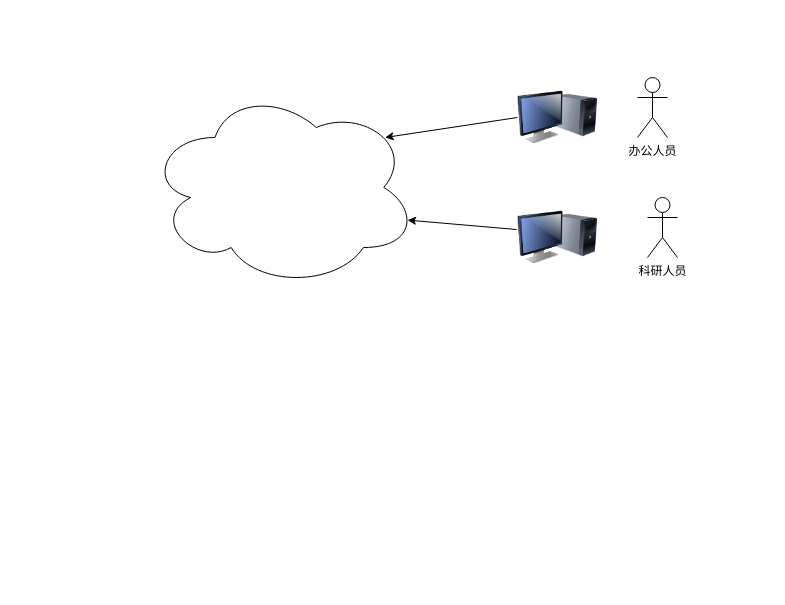
This is 基于虚拟化的云平台架构.drawio from luomoweilan/draw, a draw.io file, before an edit. Source tidied: cells renumbered, new cells numbered last; positions are measured from the earlier drawing's top-left corner, leaving out a move shared by most shapes. Both pictures are drawn from the tidied source at 100%, with x=0, y=0 at pixel (147, 77).
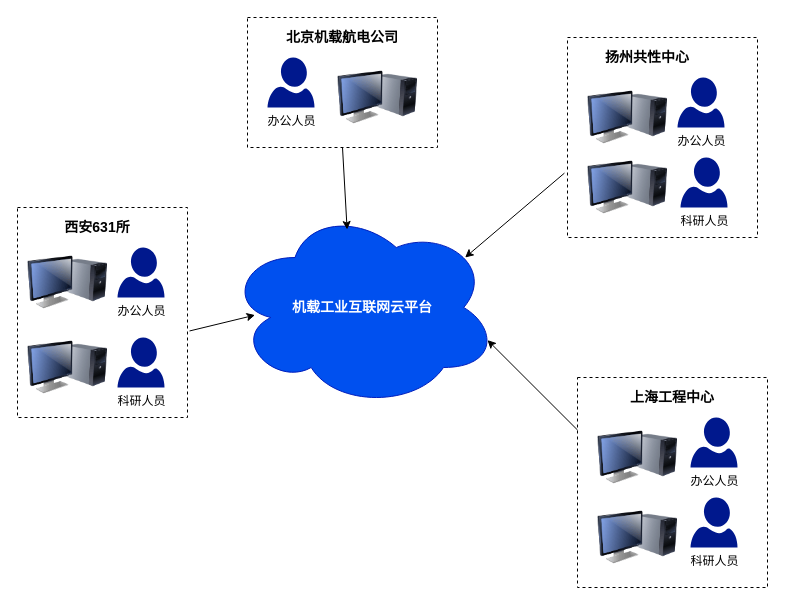
Above is the later version.

Commit message (it also covers changes not shown here):
更新基于虚拟化的云平台架构.drawio

Diff of the diagram source:
```diff
@@
-    <mxCell id="2" value="办公人员" style="shape=umlActor;verticalLabelPosition=bottom;verticalAlign=top;html=1;" parent="1" vertex="1">
-      <mxGeometry x="490" width="30" height="60" as="geometry" />
-    </mxCell>
+    <mxCell id="9" style="rounded=0;whiteSpace=wrap;html=1;dashed=1;" parent="1" vertex="1">
+      <mxGeometry x="430" y="300" width="190" height="210" as="geometry" />
+    </mxCell>
-    <mxCell id="3" style="endArrow=classic;html=1;exitX=-0.012;exitY=0.4;exitDx=0;exitDy=0;exitPerimeter=0;entryX=0.963;entryY=0.663;entryDx=0;entryDy=0;entryPerimeter=0;" parent="1" edge="1" source="8" target="6">
+    <mxCell id="3" style="endArrow=classic;html=1;exitX=0;exitY=0.25;exitDx=0;exitDy=0;entryX=0.963;entryY=0.663;entryDx=0;entryDy=0;entryPerimeter=0;" parent="1" edge="1" source="9" target="6">
       <mxGeometry relative="1" as="geometry" />
     </mxCell>
-    <mxCell id="4" value="科研人员" style="shape=umlActor;verticalLabelPosition=bottom;verticalAlign=top;html=1;" parent="1" vertex="1">
-      <mxGeometry x="500" y="120" width="30" height="60" as="geometry" />
-    </mxCell>
-    <mxCell id="5" style="endArrow=classic;html=1;exitX=0;exitY=0.5;exitDx=0;exitDy=0;entryX=0.88;entryY=0.25;entryDx=0;entryDy=0;entryPerimeter=0;" parent="1" edge="1" source="7" target="6">
+    <mxCell id="5" style="endArrow=classic;html=1;exitX=-0.016;exitY=0.678;exitDx=0;exitDy=0;entryX=0.88;entryY=0.25;entryDx=0;entryDy=0;entryPerimeter=0;exitPerimeter=0;" parent="1" edge="1" source="24" target="6">
       <mxGeometry relative="1" as="geometry" />
     </mxCell>
-    <mxCell id="6" style="ellipse;shape=cloud;whiteSpace=wrap;html=1;" parent="1" vertex="1">
-      <mxGeometry y="10" width="270" height="200" as="geometry" />
+    <mxCell id="6" value="&lt;font style=&quot;font-size: 14px&quot;&gt;&lt;b&gt;机载工业互联网云平台&lt;/b&gt;&lt;/font&gt;" style="ellipse;shape=cloud;whiteSpace=wrap;html=1;fillColor=#0050ef;strokeColor=#001DBC;fontColor=#ffffff;" parent="1" vertex="1">
+      <mxGeometry x="80" y="130" width="270" height="200" as="geometry" />
     </mxCell>
     <mxCell id="7" style="image;html=1;image=img/lib/clip_art/computers/Monitor_Tower_128x128.png;" parent="1" vertex="1">
-      <mxGeometry x="370" width="80" height="80" as="geometry" />
+      <mxGeometry x="450" y="340" width="80" height="80" as="geometry" />
     </mxCell>
     <mxCell id="8" style="image;html=1;image=img/lib/clip_art/computers/Monitor_Tower_128x128.png;" parent="1" vertex="1">
-      <mxGeometry x="370" y="120" width="80" height="80" as="geometry" />
+      <mxGeometry x="450" y="420" width="80" height="80" as="geometry" />
     </mxCell>
+    <mxCell id="10" value="办公人员" style="shadow=0;dashed=0;html=1;strokeColor=none;labelPosition=center;verticalLabelPosition=bottom;verticalAlign=top;align=center;fillColor=#00188D;shape=mxgraph.azure.user;" parent="1" vertex="1">
+      <mxGeometry x="543" y="340" width="47" height="50" as="geometry" />
+    </mxCell>
+    <mxCell id="11" value="科研人员" style="shadow=0;dashed=0;html=1;strokeColor=none;labelPosition=center;verticalLabelPosition=bottom;verticalAlign=top;align=center;fillColor=#00188D;shape=mxgraph.azure.user;" parent="1" vertex="1">
+      <mxGeometry x="543" y="420" width="47" height="50" as="geometry" />
+    </mxCell>
+    <mxCell id="12" value="&lt;font style=&quot;font-size: 14px&quot;&gt;&lt;b&gt;上海工程中心&lt;/b&gt;&lt;/font&gt;" style="text;html=1;strokeColor=none;fillColor=none;align=center;verticalAlign=middle;whiteSpace=wrap;rounded=0;dashed=1;" parent="1" vertex="1">
+      <mxGeometry x="475" y="310" width="100" height="20" as="geometry" />
+    </mxCell>
+    <mxCell id="13" style="rounded=0;whiteSpace=wrap;html=1;dashed=1;" parent="1" vertex="1">
+      <mxGeometry x="100" y="-60" width="190" height="130" as="geometry" />
+    </mxCell>
+    <mxCell id="14" value="办公人员" style="shadow=0;dashed=0;html=1;strokeColor=none;labelPosition=center;verticalLabelPosition=bottom;verticalAlign=top;align=center;fillColor=#00188D;shape=mxgraph.azure.user;" parent="1" vertex="1">
+      <mxGeometry x="120" y="-20" width="47" height="50" as="geometry" />
+    </mxCell>
+    <mxCell id="15" style="image;html=1;image=img/lib/clip_art/computers/Monitor_Tower_128x128.png;" parent="1" vertex="1">
+      <mxGeometry x="190" y="-20" width="80" height="80" as="geometry" />
+    </mxCell>
+    <mxCell id="16" value="&lt;font style=&quot;font-size: 14px&quot;&gt;&lt;b&gt;北京机载航电公司&lt;/b&gt;&lt;/font&gt;" style="text;html=1;strokeColor=none;fillColor=none;align=center;verticalAlign=middle;whiteSpace=wrap;rounded=0;dashed=1;" parent="1" vertex="1">
+      <mxGeometry x="130" y="-50" width="130" height="20" as="geometry" />
+    </mxCell>
+    <mxCell id="17" style="endArrow=classic;html=1;exitX=0.5;exitY=1;exitDx=0;exitDy=0;entryX=0.443;entryY=0.11;entryDx=0;entryDy=0;entryPerimeter=0;" parent="1" edge="1" source="13" target="6">
+      <mxGeometry relative="1" as="geometry" />
+    </mxCell>
+    <mxCell id="18" style="rounded=0;whiteSpace=wrap;html=1;dashed=1;" parent="1" vertex="1">
+      <mxGeometry x="-130" y="130" width="170" height="210" as="geometry" />
+    </mxCell>
+    <mxCell id="19" style="image;html=1;image=img/lib/clip_art/computers/Monitor_Tower_128x128.png;" parent="1" vertex="1">
+      <mxGeometry x="-120" y="165" width="80" height="80" as="geometry" />
+    </mxCell>
+    <mxCell id="20" style="image;html=1;image=img/lib/clip_art/computers/Monitor_Tower_128x128.png;" parent="1" vertex="1">
+      <mxGeometry x="-120" y="250" width="80" height="80" as="geometry" />
+    </mxCell>
+    <mxCell id="21" value="办公人员" style="shadow=0;dashed=0;html=1;strokeColor=none;labelPosition=center;verticalLabelPosition=bottom;verticalAlign=top;align=center;fillColor=#00188D;shape=mxgraph.azure.user;" parent="1" vertex="1">
+      <mxGeometry x="-30" y="170" width="47" height="50" as="geometry" />
+    </mxCell>
+    <mxCell id="22" value="科研人员" style="shadow=0;dashed=0;html=1;strokeColor=none;labelPosition=center;verticalLabelPosition=bottom;verticalAlign=top;align=center;fillColor=#00188D;shape=mxgraph.azure.user;" parent="1" vertex="1">
+      <mxGeometry x="-30" y="260" width="47" height="50" as="geometry" />
+    </mxCell>
+    <mxCell id="23" value="&lt;font style=&quot;font-size: 14px&quot;&gt;&lt;b&gt;西安631所&lt;/b&gt;&lt;/font&gt;" style="text;html=1;strokeColor=none;fillColor=none;align=center;verticalAlign=middle;whiteSpace=wrap;rounded=0;dashed=1;" parent="1" vertex="1">
+      <mxGeometry x="-100" y="140" width="100" height="20" as="geometry" />
+    </mxCell>
+    <mxCell id="24" style="rounded=0;whiteSpace=wrap;html=1;dashed=1;" parent="1" vertex="1">
+      <mxGeometry x="420" y="-40" width="190" height="200" as="geometry" />
+    </mxCell>
+    <mxCell id="25" style="image;html=1;image=img/lib/clip_art/computers/Monitor_Tower_128x128.png;" parent="1" vertex="1">
+      <mxGeometry x="440" width="80" height="80" as="geometry" />
+    </mxCell>
+    <mxCell id="26" style="image;html=1;image=img/lib/clip_art/computers/Monitor_Tower_128x128.png;" parent="1" vertex="1">
+      <mxGeometry x="440" y="70" width="80" height="80" as="geometry" />
+    </mxCell>
+    <mxCell id="27" value="办公人员" style="shadow=0;dashed=0;html=1;strokeColor=none;labelPosition=center;verticalLabelPosition=bottom;verticalAlign=top;align=center;fillColor=#00188D;shape=mxgraph.azure.user;" parent="1" vertex="1">
+      <mxGeometry x="530" width="47" height="50" as="geometry" />
+    </mxCell>
+    <mxCell id="28" value="科研人员" style="shadow=0;dashed=0;html=1;strokeColor=none;labelPosition=center;verticalLabelPosition=bottom;verticalAlign=top;align=center;fillColor=#00188D;shape=mxgraph.azure.user;" parent="1" vertex="1">
+      <mxGeometry x="533" y="80" width="47" height="50" as="geometry" />
+    </mxCell>
+    <mxCell id="29" value="&lt;font style=&quot;font-size: 14px&quot;&gt;&lt;b&gt;扬州共性中心&lt;/b&gt;&lt;/font&gt;" style="text;html=1;strokeColor=none;fillColor=none;align=center;verticalAlign=middle;whiteSpace=wrap;rounded=0;dashed=1;" parent="1" vertex="1">
+      <mxGeometry x="450" y="-30" width="100" height="20" as="geometry" />
+    </mxCell>
+    <mxCell id="30" style="endArrow=classic;html=1;exitX=1.012;exitY=0.588;exitDx=0;exitDy=0;exitPerimeter=0;entryX=0.102;entryY=0.538;entryDx=0;entryDy=0;entryPerimeter=0;" parent="1" edge="1" source="18" target="6">
+      <mxGeometry relative="1" as="geometry" />
+    </mxCell>
```
